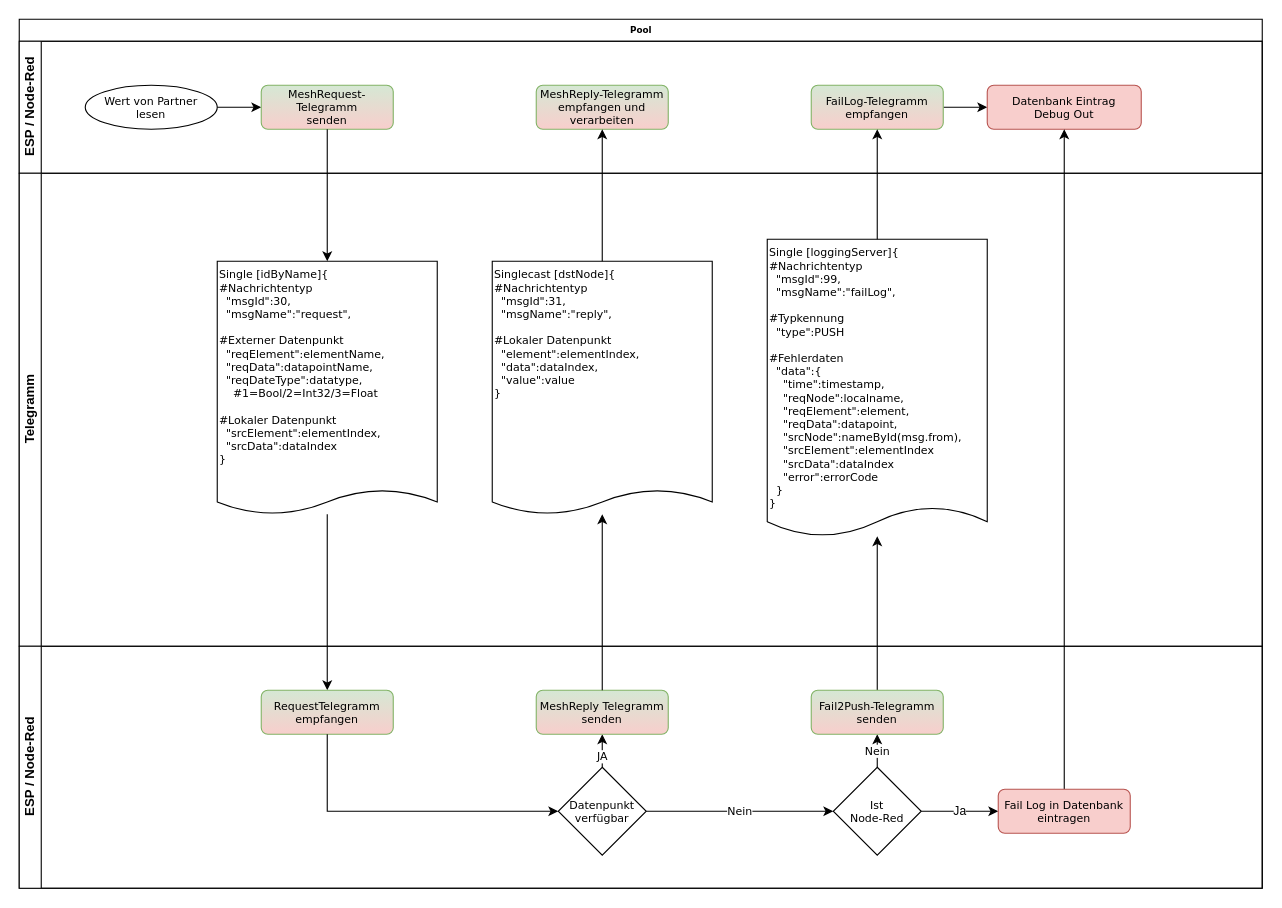
This is page "SyncRead [3x]" (3 of 10) of Dokumente/IOT_Structure.drawio from IchOK/JCA_IOT, a draw.io file, before an edit. Source tidied: cells renumbered, new cells numbered last; positions are measured from the earlier drawing's top-left corner, leaving out a move shared by most shapes. Both pictures are drawn from the tidied source at 110%, with x=0, y=0 at pixel (19, 19).
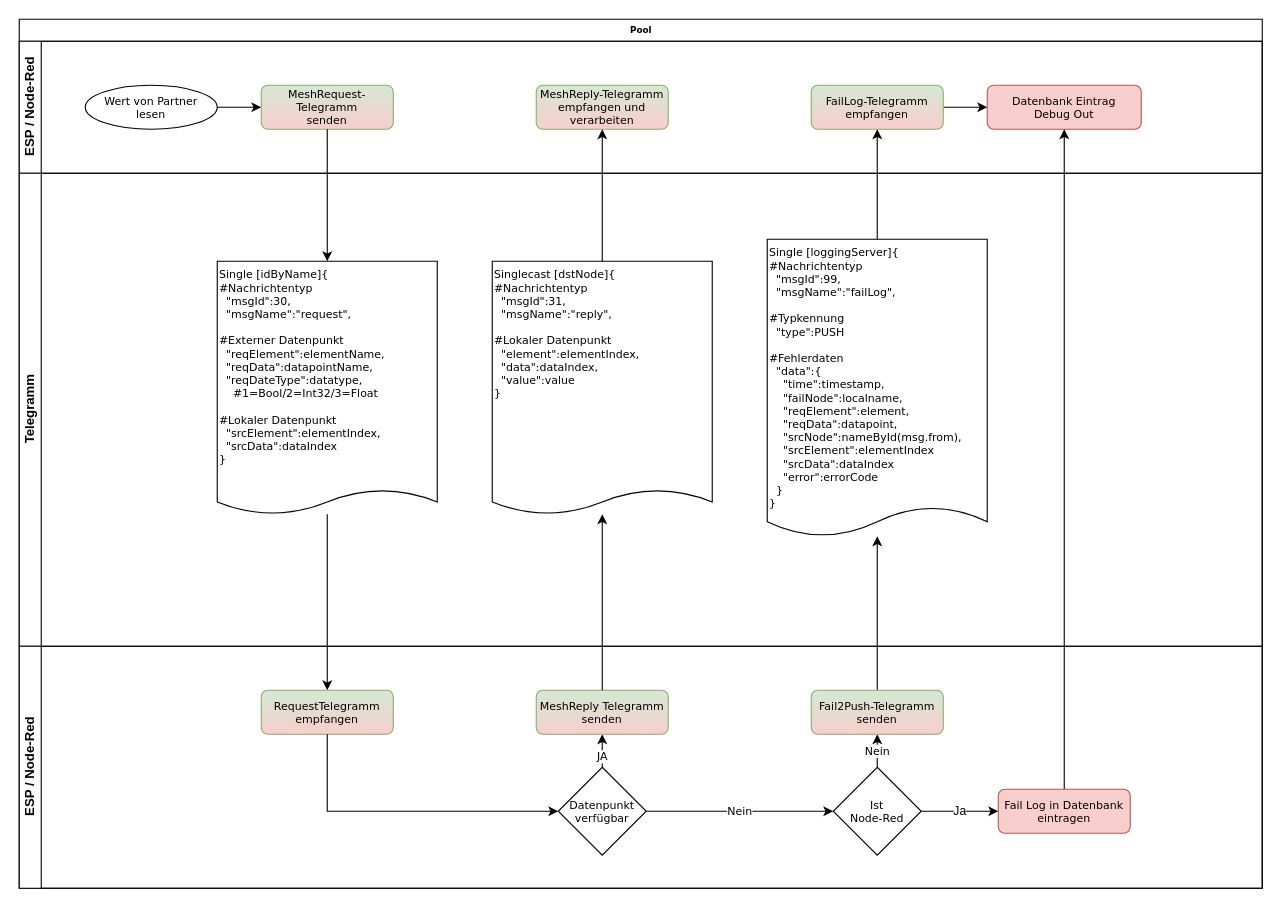
The same page after the edit.

Unchanged cells that the change refers to:
```xml
<mxCell id="11" value="Telegramm" style="swimlane;html=1;startSize=20;horizontal=0;swimlaneFillColor=none;" parent="2" vertex="1">
  <mxGeometry y="140" width="1130" height="430" as="geometry" />
</mxCell>
```

Change to the diagram source:
```diff
@@
-    <mxCell id="14" value="Single [loggingServer]{&lt;span&gt;&lt;br&gt;&lt;/span&gt;#Nachrichtentyp&lt;br&gt;&lt;span&gt;&amp;nbsp; &quot;msgId&quot;:99,&lt;br&gt;&lt;/span&gt;&amp;nbsp; &quot;msgName&quot;:&quot;failLog&quot;,&lt;br&gt;&lt;br&gt;#Typkennung&lt;br&gt;&amp;nbsp; &quot;type&quot;:PUSH&lt;br&gt;&lt;br&gt;#Fehlerdaten&lt;br&gt;&amp;nbsp; &quot;data&quot;:{&lt;br&gt;&amp;nbsp; &amp;nbsp; &quot;time&quot;:timestamp,&lt;br&gt;&amp;nbsp; &amp;nbsp; &quot;reqNode&quot;:localname,&lt;br&gt;&amp;nbsp; &amp;nbsp; &quot;reqElement&quot;:element,&lt;br&gt;&amp;nbsp; &amp;nbsp; &quot;reqData&quot;:datapoint,&lt;br&gt;&amp;nbsp; &amp;nbsp; &quot;srcNode&quot;:nameById(msg.from),&lt;br&gt;&amp;nbsp; &amp;nbsp; &quot;srcElement&quot;:elementIndex&lt;br&gt;&amp;nbsp; &amp;nbsp; &quot;srcData&quot;:dataIndex&lt;br&gt;&amp;nbsp; &amp;nbsp; &quot;error&quot;:errorCode&lt;br&gt;&amp;nbsp; }&lt;br&gt;}" style="shape=document;whiteSpace=wrap;html=1;boundedLbl=1;fontFamily=Verdana;fontSize=10;align=left;verticalAlign=top;size=0.09826076341711956;" parent="11" vertex="1">
+    <mxCell id="14" value="Single [loggingServer]{&lt;span&gt;&lt;br&gt;&lt;/span&gt;#Nachrichtentyp&lt;br&gt;&lt;span&gt;&amp;nbsp; &quot;msgId&quot;:99,&lt;br&gt;&lt;/span&gt;&amp;nbsp; &quot;msgName&quot;:&quot;failLog&quot;,&lt;br&gt;&lt;br&gt;#Typkennung&lt;br&gt;&amp;nbsp; &quot;type&quot;:PUSH&lt;br&gt;&lt;br&gt;#Fehlerdaten&lt;br&gt;&amp;nbsp; &quot;data&quot;:{&lt;br&gt;&amp;nbsp; &amp;nbsp; &quot;time&quot;:timestamp,&lt;br&gt;&amp;nbsp; &amp;nbsp; &quot;failNode&quot;:localname,&lt;br&gt;&amp;nbsp; &amp;nbsp; &quot;reqElement&quot;:element,&lt;br&gt;&amp;nbsp; &amp;nbsp; &quot;reqData&quot;:datapoint,&lt;br&gt;&amp;nbsp; &amp;nbsp; &quot;srcNode&quot;:nameById(msg.from),&lt;br&gt;&amp;nbsp; &amp;nbsp; &quot;srcElement&quot;:elementIndex&lt;br&gt;&amp;nbsp; &amp;nbsp; &quot;srcData&quot;:dataIndex&lt;br&gt;&amp;nbsp; &amp;nbsp; &quot;error&quot;:errorCode&lt;br&gt;&amp;nbsp; }&lt;br&gt;}" style="shape=document;whiteSpace=wrap;html=1;boundedLbl=1;fontFamily=Verdana;fontSize=10;align=left;verticalAlign=top;size=0.09826076341711956;" parent="11" vertex="1">
       <mxGeometry x="680" y="60" width="200" height="270" as="geometry" />
     </mxCell>
```
